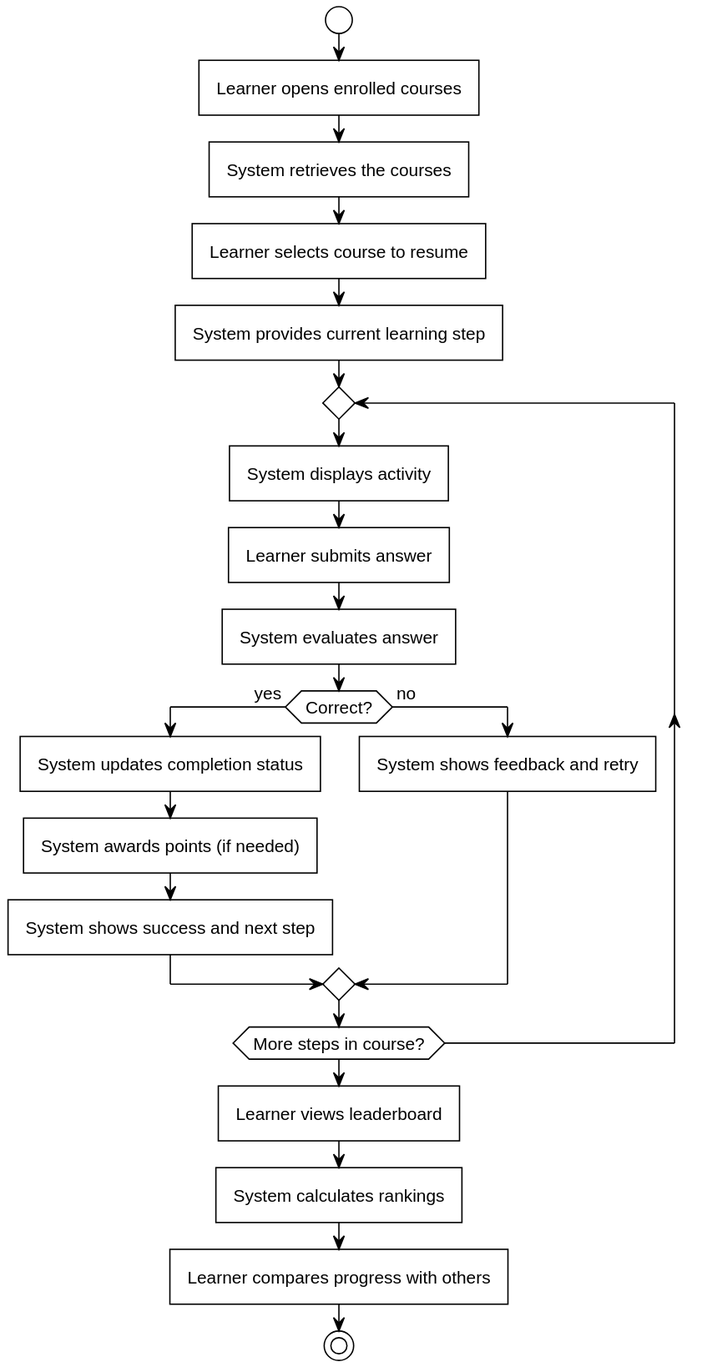
Above: out/Analysis/ActivityDIagrams/LearningAndAchievement/LearningAndAchievement.svg in SEPCheesecakeFactory/SEP3 (PlantUML), before the change.
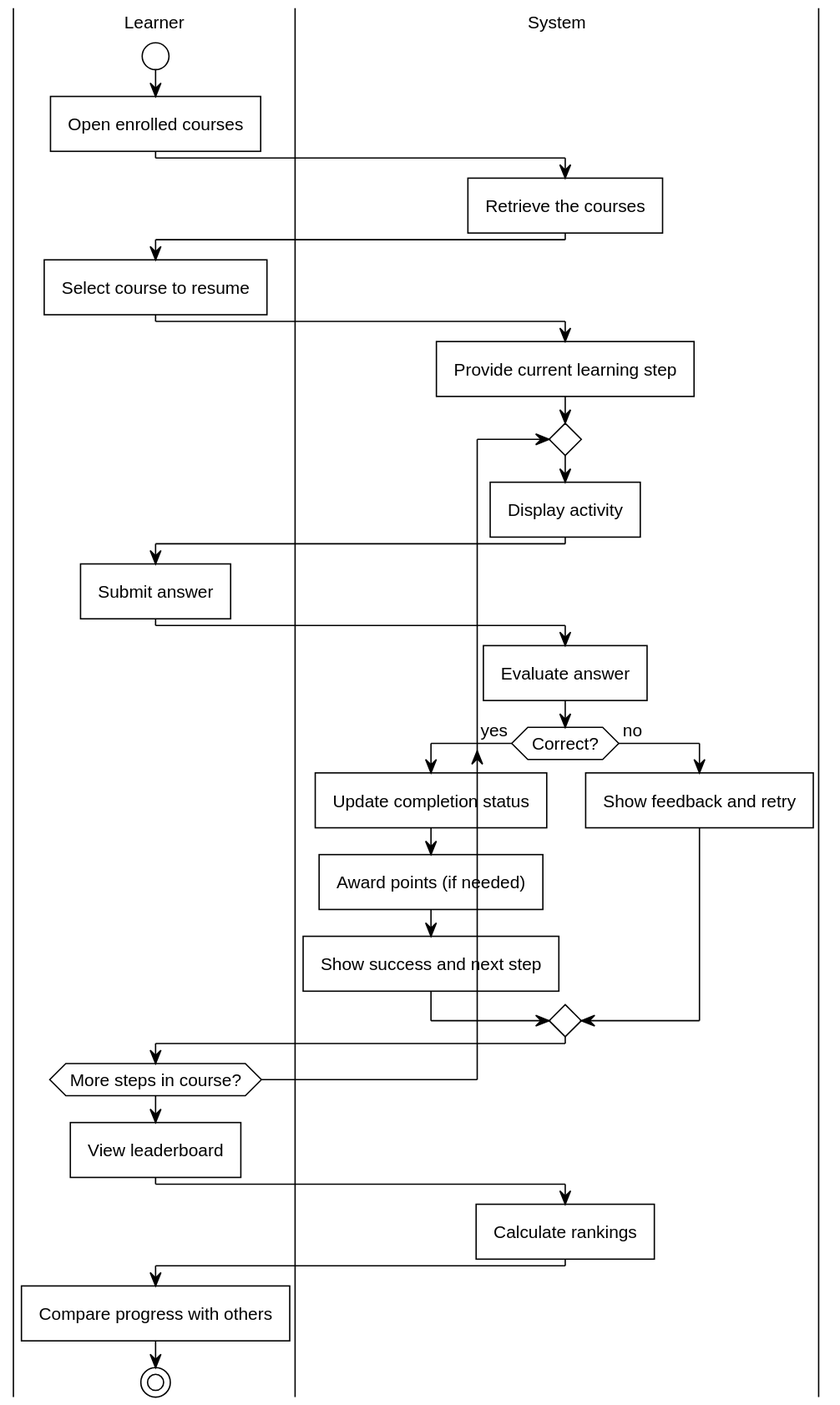
The same diagram one commit later.

Diff of the diagram source:
```diff
@@ -1,24 +1,33 @@
 @startuml
 !include https://raw.githubusercontent.com/fredoslav2004/MinimalThemePUML/refs/heads/main/minimal-theme.puml
+|Learner|
 start
-:Learner opens enrolled courses;
-:System retrieves the courses;
-:Learner selects course to resume;
-:System provides current learning step;
+:Open enrolled courses;
+|System|
+:Retrieve the courses;
+|Learner|
+:Select course to resume;
+|System|
+:Provide current learning step;
 repeat
-    :System displays activity;
-    :Learner submits answer;
-    :System evaluates answer;
+    :Display activity;
+    |Learner|
+    :Submit answer;
+    |System|
+    :Evaluate answer;
     if (Correct?) then (yes)
-        :System updates completion status;
-        :System awards points (if needed);
-        :System shows success and next step;
+        :Update completion status;
+        :Award points (if needed);
+        :Show success and next step;
     else (no)
-        :System shows feedback and retry;
+        :Show feedback and retry;
     endif
+    |Learner|
 repeat while (More steps in course?)
-:Learner views leaderboard;
-:System calculates rankings;
-:Learner compares progress with others;
+:View leaderboard;
+|System|
+:Calculate rankings;
+|Learner|
+:Compare progress with others;
 stop
 @enduml
```
